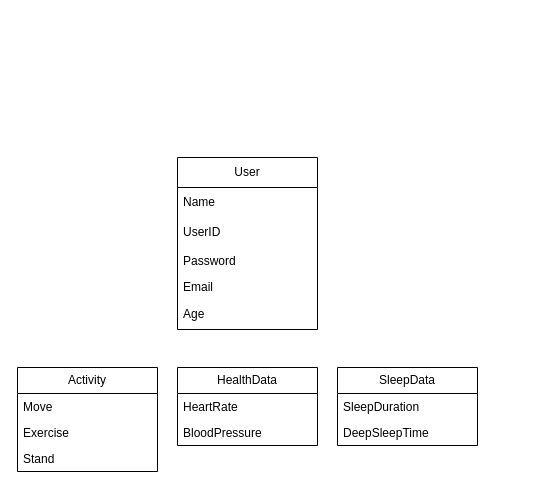
yfeng445/NEU keeps this draw.io diagram as 1/INFO 5100/Asmts/Group Assignment 1/Domain Model.drawio. Above is the earlier version. Source tidied: cells renumbered, new cells numbered last; positions are measured from the earlier drawing's top-left corner, leaving out a move shared by most shapes. Both pictures are drawn from the tidied source at 100%, with x=0, y=0 at pixel (17, 157).
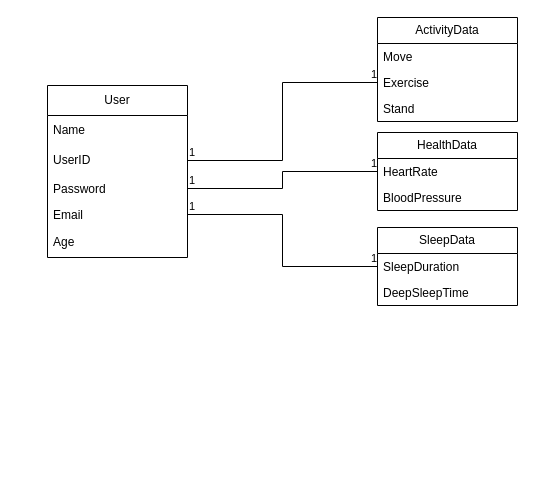
Above is the later version.

The change refers to these unchanged cells:
```xml
<mxCell id="4" value="UserID" style="text;strokeColor=none;fillColor=none;align=left;verticalAlign=middle;spacingLeft=4;spacingRight=4;overflow=hidden;points=[[0,0.5],[1,0.5]];portConstraint=eastwest;whiteSpace=wrap;html=1;" parent="2" vertex="1">
  <mxGeometry y="60" width="140" height="30" as="geometry" />
</mxCell>
<mxCell id="5" value="Password" style="text;strokeColor=none;fillColor=none;align=left;verticalAlign=top;spacingLeft=4;spacingRight=4;overflow=hidden;points=[[0,0.5],[1,0.5]];portConstraint=eastwest;whiteSpace=wrap;html=1;" parent="2" vertex="1">
  <mxGeometry y="90" width="140" height="26" as="geometry" />
</mxCell>
<mxCell id="6" value="Email&lt;div&gt;&lt;br&gt;&lt;/div&gt;" style="text;strokeColor=none;fillColor=none;align=left;verticalAlign=top;spacingLeft=4;spacingRight=4;overflow=hidden;points=[[0,0.5],[1,0.5]];portConstraint=eastwest;whiteSpace=wrap;html=1;" parent="2" vertex="1">
  <mxGeometry y="116" width="140" height="26" as="geometry" />
</mxCell>
<mxCell id="9" value="SleepDuration" style="text;strokeColor=none;fillColor=none;align=left;verticalAlign=top;spacingLeft=4;spacingRight=4;overflow=hidden;points=[[0,0.5],[1,0.5]];portConstraint=eastwest;whiteSpace=wrap;html=1;" parent="8" vertex="1">
  <mxGeometry y="26" width="140" height="26" as="geometry" />
</mxCell>
<mxCell id="12" value="HeartRate" style="text;strokeColor=none;fillColor=none;align=left;verticalAlign=top;spacingLeft=4;spacingRight=4;overflow=hidden;points=[[0,0.5],[1,0.5]];portConstraint=eastwest;whiteSpace=wrap;html=1;" parent="11" vertex="1">
  <mxGeometry y="26" width="140" height="26" as="geometry" />
</mxCell>
<mxCell id="16" value="Exercise" style="text;strokeColor=none;fillColor=none;align=left;verticalAlign=top;spacingLeft=4;spacingRight=4;overflow=hidden;points=[[0,0.5],[1,0.5]];portConstraint=eastwest;whiteSpace=wrap;html=1;" parent="14" vertex="1">
  <mxGeometry y="52" width="140" height="26" as="geometry" />
</mxCell>
```

What changed in the source:
```diff
@@
     <mxCell id="2" value="User" style="swimlane;fontStyle=0;horizontal=1;startSize=30;whiteSpace=wrap;html=1;" parent="1" vertex="1">
-      <mxGeometry x="160" width="140" height="172" as="geometry" />
+      <mxGeometry x="30" y="-72" width="140" height="172" as="geometry" />
     </mxCell>
@@
     <mxCell id="8" value="SleepData" style="swimlane;fontStyle=0;horizontal=1;startSize=26;fillColor=none;whiteSpace=wrap;html=1;" parent="1" vertex="1">
-      <mxGeometry x="320" y="210" width="140" height="78" as="geometry" />
+      <mxGeometry x="360" y="70" width="140" height="78" as="geometry" />
     </mxCell>
@@
     <mxCell id="11" value="HealthData" style="swimlane;fontStyle=0;horizontal=1;startSize=26;fillColor=none;whiteSpace=wrap;html=1;" parent="1" vertex="1">
-      <mxGeometry x="160" y="210" width="140" height="78" as="geometry" />
+      <mxGeometry x="360" y="-25" width="140" height="78" as="geometry" />
     </mxCell>
@@
-    <mxCell id="14" value="Activity" style="swimlane;fontStyle=0;horizontal=1;startSize=26;fillColor=none;whiteSpace=wrap;html=1;" parent="1" vertex="1">
-      <mxGeometry y="210" width="140" height="104" as="geometry" />
+    <mxCell id="14" value="ActivityData" style="swimlane;fontStyle=0;horizontal=1;startSize=26;fillColor=none;whiteSpace=wrap;html=1;" parent="1" vertex="1">
+      <mxGeometry x="360" y="-140" width="140" height="104" as="geometry" />
     </mxCell>
@@
+    <mxCell id="18" style="endArrow=none;html=1;edgeStyle=orthogonalEdgeStyle;rounded=0;exitX=1;exitY=0.5;exitDx=0;exitDy=0;entryX=0;entryY=0.5;entryDx=0;entryDy=0;" parent="1" edge="1" source="4" target="16">
+      <mxGeometry relative="1" as="geometry" />
+    </mxCell>
+    <mxCell id="19" value="1" style="edgeLabel;html=1;align=left;verticalAlign=bottom;" parent="18" vertex="1">
+      <mxGeometry x="-1" relative="1" as="geometry" />
+    </mxCell>
+    <mxCell id="20" value="1" style="edgeLabel;html=1;align=right;verticalAlign=bottom;" parent="18" vertex="1">
+      <mxGeometry x="1" relative="1" as="geometry" />
+    </mxCell>
+    <mxCell id="21" style="endArrow=none;html=1;edgeStyle=orthogonalEdgeStyle;rounded=0;exitX=1;exitY=0.5;exitDx=0;exitDy=0;entryX=0;entryY=0.5;entryDx=0;entryDy=0;" parent="1" edge="1" source="5" target="12">
+      <mxGeometry relative="1" as="geometry" />
+    </mxCell>
+    <mxCell id="22" value="1" style="edgeLabel;html=1;align=left;verticalAlign=bottom;" parent="21" vertex="1">
+      <mxGeometry x="-1" relative="1" as="geometry" />
+    </mxCell>
+    <mxCell id="23" value="1" style="edgeLabel;html=1;align=right;verticalAlign=bottom;" parent="21" vertex="1">
+      <mxGeometry x="1" relative="1" as="geometry" />
+    </mxCell>
+    <mxCell id="24" style="endArrow=none;html=1;edgeStyle=orthogonalEdgeStyle;rounded=0;exitX=1;exitY=0.5;exitDx=0;exitDy=0;entryX=0;entryY=0.5;entryDx=0;entryDy=0;" parent="1" edge="1" source="6" target="9">
+      <mxGeometry relative="1" as="geometry" />
+    </mxCell>
+    <mxCell id="25" value="1" style="edgeLabel;html=1;align=left;verticalAlign=bottom;" parent="24" vertex="1">
+      <mxGeometry x="-1" relative="1" as="geometry" />
+    </mxCell>
+    <mxCell id="26" value="1" style="edgeLabel;html=1;align=right;verticalAlign=bottom;" parent="24" vertex="1">
+      <mxGeometry x="1" relative="1" as="geometry" />
+    </mxCell>
```
